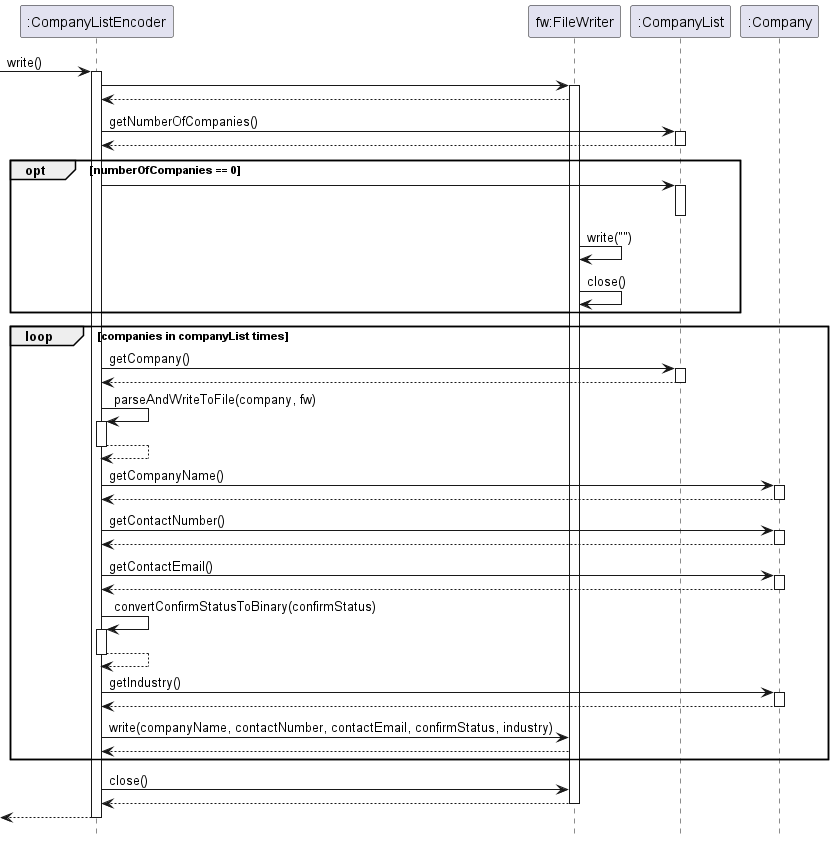
Earlier version of the PlantUML export docs/UML/Image/Encoder.png (nus-cs2113-AY2223S2/tp).
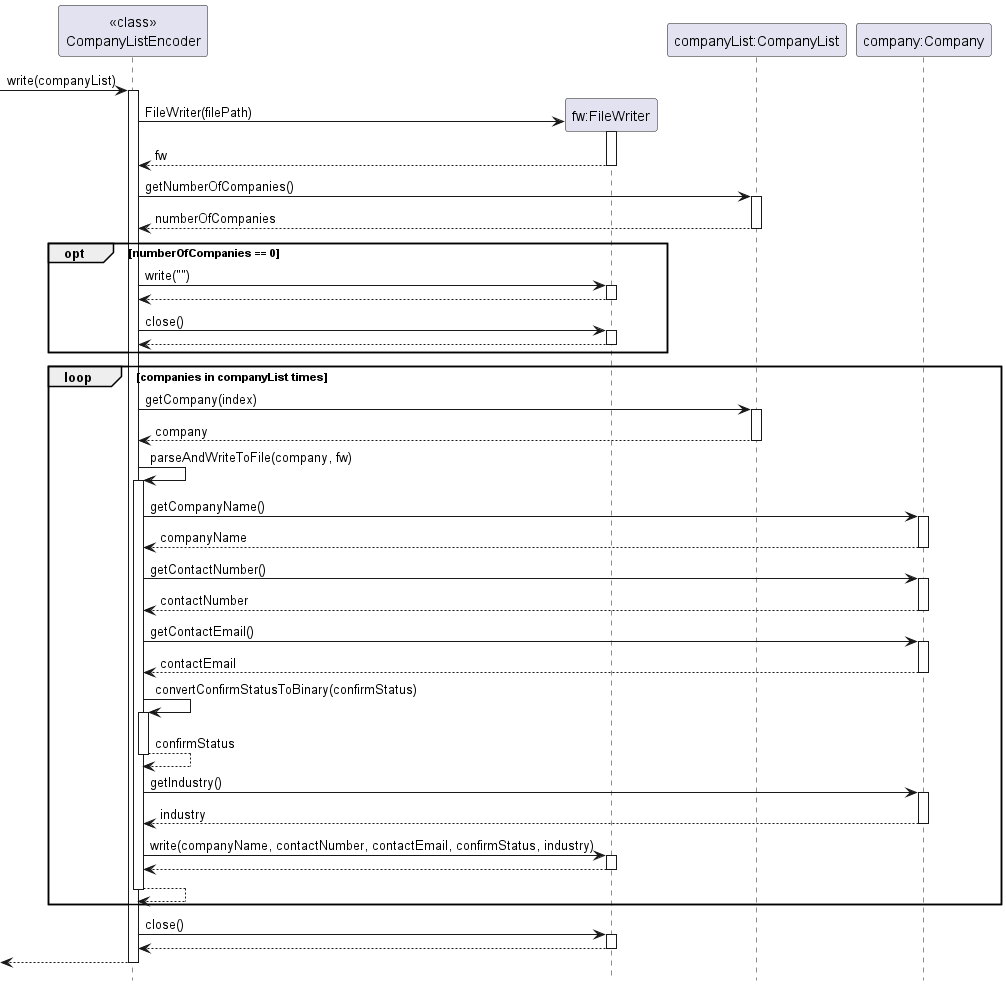
Above is the later version.

Commit message:
Add image of sequence diagram for Encoder

Change to the diagram source:
```diff
@@ -1,68 +1,75 @@
 @startuml
 
+hide footbox
+ -> "<<class>>\nCompanyListEncoder": write(companyList)
+    activate "<<class>>\nCompanyListEncoder"
+        "<<class>>\nCompanyListEncoder" -> "fw:FileWriter" ** : FileWriter(filePath)
+        activate "fw:FileWriter"
+            "fw:FileWriter" --> "<<class>>\nCompanyListEncoder" : fw
+            deactivate "fw:FileWriter"
 
-hide footbox
- -> ":CompanyListEncoder": write()
-    activate ":CompanyListEncoder"
-        ":CompanyListEncoder" -> "fw:FileWriter":
-        activate "fw:FileWriter"
-            "fw:FileWriter" --> ":CompanyListEncoder"
+            "<<class>>\nCompanyListEncoder" -> "companyList:CompanyList": getNumberOfCompanies()
+            activate "companyList:CompanyList"
+            "companyList:CompanyList" --> "<<class>>\nCompanyListEncoder" : numberOfCompanies
+            deactivate "companyList:CompanyList"
+            opt numberOfCompanies == 0
+                "<<class>>\nCompanyListEncoder" -> "fw:FileWriter" : write("")
+                activate "fw:FileWriter"
+                "fw:FileWriter" --> "<<class>>\nCompanyListEncoder"
+                deactivate "fw:FileWriter"
 
-            ":CompanyListEncoder" -> ":CompanyList": getNumberOfCompanies()
-            activate ":CompanyList"
-            ":CompanyList" --> ":CompanyListEncoder"
-            deactivate ":CompanyList"
-            opt numberOfCompanies == 0
-                ":CompanyList" <- ":CompanyListEncoder":
-                activate ":CompanyList"
-                deactivate ":CompanyList"
-                "fw:FileWriter" -> "fw:FileWriter": write("")
-                "fw:FileWriter" -> "fw:FileWriter": close()
+                "<<class>>\nCompanyListEncoder" -> "fw:FileWriter" : close()
+                activate "fw:FileWriter"
+                "fw:FileWriter" --> "<<class>>\nCompanyListEncoder"
+                deactivate "fw:FileWriter"
+
             end
             loop companies in companyList times
-                ":CompanyListEncoder" -> ":CompanyList": getCompany()
-                activate ":CompanyList"
-                ":CompanyListEncoder" <-- ":CompanyList":
-                deactivate ":CompanyList"
+                "<<class>>\nCompanyListEncoder" -> "companyList:CompanyList": getCompany(index)
+                activate "companyList:CompanyList"
+                "<<class>>\nCompanyListEncoder" <-- "companyList:CompanyList": company
+                deactivate "companyList:CompanyList"
 
-                ":CompanyListEncoder" -> ":CompanyListEncoder": parseAndWriteToFile(company, fw)
-                activate ":CompanyListEncoder"
-                ":CompanyListEncoder" --> ":CompanyListEncoder"
-                deactivate ":CompanyListEncoder"
+                "<<class>>\nCompanyListEncoder" -> "<<class>>\nCompanyListEncoder": parseAndWriteToFile(company, fw)
+                activate "<<class>>\nCompanyListEncoder"
 
-                ":CompanyListEncoder" -> ":Company": getCompanyName()
-                activate ":Company"
-                ":CompanyListEncoder" <-- ":Company":
-                deactivate ":Company"
+                "<<class>>\nCompanyListEncoder" -> "company:Company": getCompanyName()
+                activate "company:Company"
+                "<<class>>\nCompanyListEncoder" <-- "company:Company": companyName
+                deactivate "company:Company"
 
-                ":CompanyListEncoder" -> ":Company": getContactNumber()
-                activate ":Company"
-                ":CompanyListEncoder" <-- ":Company":
-                deactivate ":Company"
+                "<<class>>\nCompanyListEncoder" -> "company:Company": getContactNumber()
+                activate "company:Company"
+                "<<class>>\nCompanyListEncoder" <-- "company:Company": contactNumber
+                deactivate "company:Company"
 
-                ":CompanyListEncoder" -> ":Company": getContactEmail()
-                activate ":Company"
-                ":CompanyListEncoder" <-- ":Company":
-                deactivate ":Company"
+                "<<class>>\nCompanyListEncoder" -> "company:Company": getContactEmail()
+                activate "company:Company"
+                "<<class>>\nCompanyListEncoder" <-- "company:Company": contactEmail
+                deactivate "company:Company"
 
-                ":CompanyListEncoder" -> ":CompanyListEncoder": convertConfirmStatusToBinary(confirmStatus)
-                activate ":CompanyListEncoder"
-                ":CompanyListEncoder" --> ":CompanyListEncoder":
-                deactivate ":CompanyListEncoder"
+                "<<class>>\nCompanyListEncoder" -> "<<class>>\nCompanyListEncoder": convertConfirmStatusToBinary(confirmStatus)
+                activate "<<class>>\nCompanyListEncoder"
+                "<<class>>\nCompanyListEncoder" --> "<<class>>\nCompanyListEncoder": confirmStatus
+                deactivate "<<class>>\nCompanyListEncoder"
 
-                ":CompanyListEncoder" -> ":Company": getIndustry()
-                activate ":Company"
-                ":CompanyListEncoder" <-- ":Company":
-                deactivate ":Company"
+                "<<class>>\nCompanyListEncoder" -> "company:Company": getIndustry()
+                activate "company:Company"
+                "<<class>>\nCompanyListEncoder" <-- "company:Company": industry
+                deactivate "company:Company"
 
-                ":CompanyListEncoder" -> "fw:FileWriter": write(companyName, contactNumber, contactEmail, confirmStatus, industry)
-                "fw:FileWriter" --> ":CompanyListEncoder"
+                "<<class>>\nCompanyListEncoder" -> "fw:FileWriter": write(companyName, contactNumber, contactEmail, confirmStatus, industry)
+                activate "fw:FileWriter"
+                "fw:FileWriter" --> "<<class>>\nCompanyListEncoder"
+                deactivate "fw:FileWriter"
+                "<<class>>\nCompanyListEncoder" --> "<<class>>\nCompanyListEncoder"
+                deactivate "<<class>>\nCompanyListEncoder"
             end
-            ":CompanyListEncoder" -> "fw:FileWriter": close()
-            ":CompanyListEncoder" <-- "fw:FileWriter"
+            "<<class>>\nCompanyListEncoder" -> "fw:FileWriter": close()
+            activate "fw:FileWriter"
+            "<<class>>\nCompanyListEncoder" <-- "fw:FileWriter"
             deactivate "fw:FileWriter"
-            <-- ":CompanyListEncoder"
-            deactivate ":CompanyListEncoder"
-
+            <-- "<<class>>\nCompanyListEncoder"
+            deactivate "<<class>>\nCompanyListEncoder"
 
 @enduml
```
